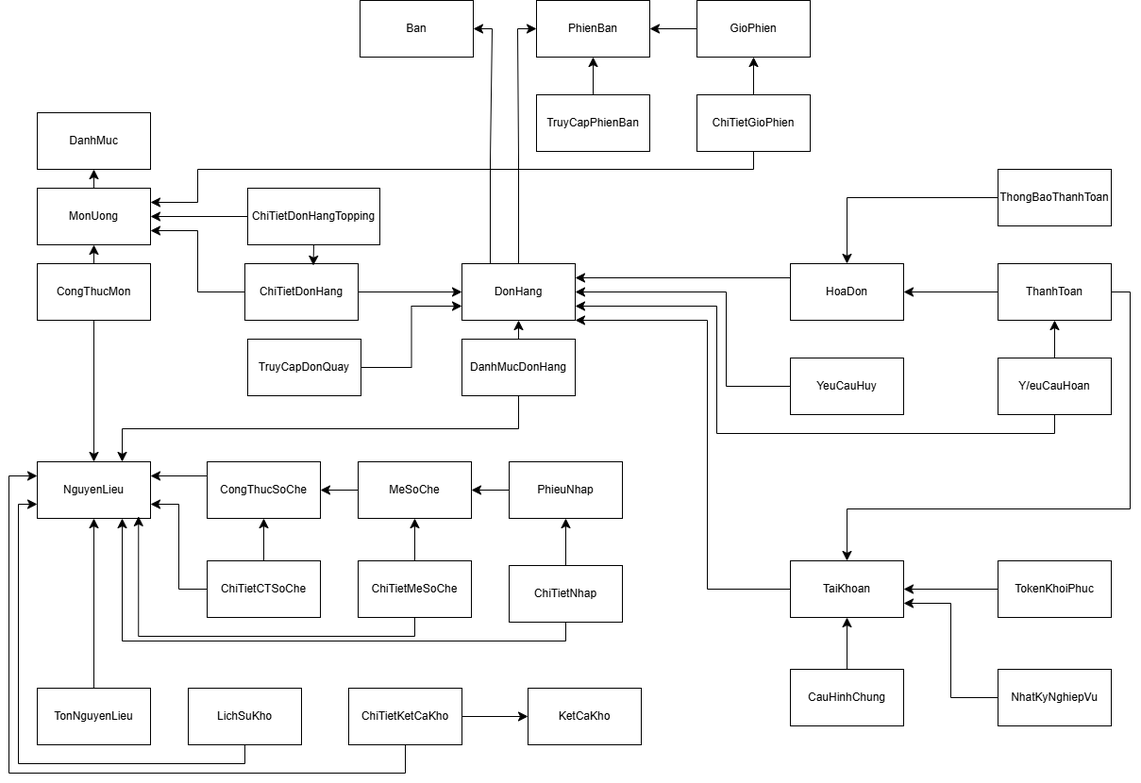
This is BaoCao/SoDoLogic_final.drawio.png from khoalkopwk-ship-it/MilkTea_management_system, a draw.io export, as it was before one commit. Source tidied: cells renumbered, new cells last; positions are measured from the earlier drawing's top-left corner, leaving out a move shared by most shapes.
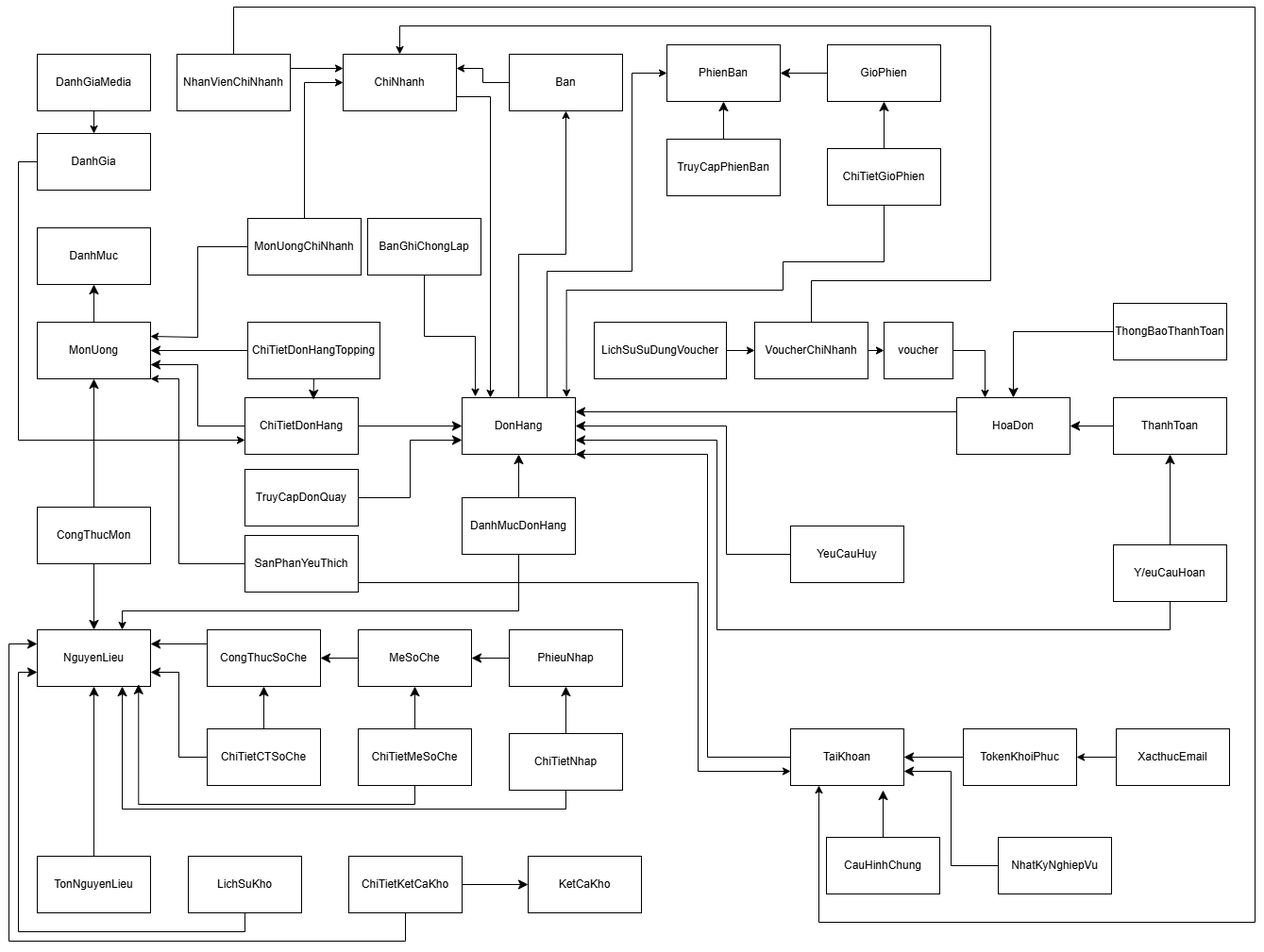
After the commit.

What changed in the source:
```diff
@@ -5,3 +5,3 @@
     <mxCell id="2" value="DanhMuc" style="rounded=0;whiteSpace=wrap;html=1;" parent="1" vertex="1">
-      <mxGeometry x="30" y="119" width="120" height="60" as="geometry" />
+      <mxGeometry x="30" y="63" width="120" height="60" as="geometry" />
     </mxCell>
@@ -11,3 +11,3 @@
     <mxCell id="4" value="MonUong" style="rounded=0;whiteSpace=wrap;html=1;" parent="1" vertex="1">
-      <mxGeometry x="30" y="199" width="120" height="60" as="geometry" />
+      <mxGeometry x="30" y="163" width="120" height="60" as="geometry" />
     </mxCell>
@@ -20,3 +20,3 @@
     <mxCell id="7" value="CongThucMon" style="rounded=0;whiteSpace=wrap;html=1;" parent="1" vertex="1">
-      <mxGeometry x="30" y="279" width="120" height="60" as="geometry" />
+      <mxGeometry x="30" y="359" width="120" height="60" as="geometry" />
     </mxCell>
@@ -107,3 +107,3 @@
     <mxCell id="34" value="ChiTietDonHang" style="rounded=0;whiteSpace=wrap;html=1;" parent="1" vertex="1">
-      <mxGeometry x="250" y="279" width="120" height="60" as="geometry" />
+      <mxGeometry x="250" y="243" width="120" height="60" as="geometry" />
     </mxCell>
@@ -113,3 +113,3 @@
     <mxCell id="36" value="ChiTietDonHangTopping" style="rounded=0;whiteSpace=wrap;html=1;" parent="1" vertex="1">
-      <mxGeometry x="253" y="199" width="140" height="60" as="geometry" />
+      <mxGeometry x="253" y="163" width="140" height="60" as="geometry" />
     </mxCell>
@@ -118,10 +118,16 @@
     </mxCell>
-    <mxCell id="38" style="edgeStyle=orthogonalEdgeStyle;rounded=0;jettySize=auto;html=1;exitX=0.25;exitY=0;exitDx=0;exitDy=0;entryX=1;entryY=0.5;entryDx=0;entryDy=0;fontSize=12;startSize=8;endSize=8;" parent="1" edge="1" source="40" target="46">
-      <mxGeometry relative="1" as="geometry" />
+    <mxCell id="38" style="edgeStyle=orthogonalEdgeStyle;rounded=0;jettySize=auto;html=1;exitX=0.5;exitY=0;exitDx=0;exitDy=0;entryX=0.5;entryY=1;entryDx=0;entryDy=0;" parent="1" edge="1" source="40" target="46">
+      <mxGeometry x="0.06" relative="1" as="geometry" />
     </mxCell>
-    <mxCell id="39" style="edgeStyle=orthogonalEdgeStyle;rounded=0;jettySize=auto;html=1;exitX=0.5;exitY=0;exitDx=0;exitDy=0;entryX=0;entryY=0.5;entryDx=0;entryDy=0;fontSize=12;startSize=8;endSize=8;" parent="1" edge="1" source="40" target="47">
-      <mxGeometry relative="1" as="geometry" />
+    <mxCell id="39" style="edgeStyle=orthogonalEdgeStyle;rounded=0;jettySize=auto;html=1;exitX=0.75;exitY=0;exitDx=0;exitDy=0;entryX=0;entryY=0.5;entryDx=0;entryDy=0;" parent="1" edge="1" source="40" target="47">
+      <mxGeometry x="0.45" relative="1" as="geometry">
+        <Array as="points">
+          <mxPoint x="570" y="109" />
+          <mxPoint x="660" y="109" />
+          <mxPoint x="660" y="-101" />
+        </Array>
+      </mxGeometry>
     </mxCell>
     <mxCell id="40" value="DonHang" style="rounded=0;whiteSpace=wrap;html=1;" parent="1" vertex="1">
-      <mxGeometry x="480" y="279" width="120" height="60" as="geometry" />
+      <mxGeometry x="480" y="243" width="120" height="60" as="geometry" />
     </mxCell>
@@ -131,3 +137,3 @@
     <mxCell id="42" value="TruyCapDonQuay" style="rounded=0;whiteSpace=wrap;html=1;" parent="1" vertex="1">
-      <mxGeometry x="253" y="359" width="120" height="60" as="geometry" />
+      <mxGeometry x="250" y="319" width="120" height="60" as="geometry" />
     </mxCell>
@@ -136,13 +142,21 @@
     </mxCell>
-    <mxCell id="44" style="edgeStyle=orthogonalEdgeStyle;rounded=0;jettySize=auto;html=1;exitX=0.5;exitY=1;exitDx=0;exitDy=0;entryX=0.75;entryY=0;entryDx=0;entryDy=0;fontSize=12;startSize=8;endSize=8;" parent="1" edge="1" source="45" target="8">
-      <mxGeometry relative="1" as="geometry" />
+    <mxCell id="44" style="edgeStyle=orthogonalEdgeStyle;rounded=0;jettySize=auto;html=1;exitX=0.5;exitY=1;exitDx=0;exitDy=0;entryX=0.75;entryY=0;entryDx=0;entryDy=0;" parent="1" edge="1" source="45" target="8">
+      <mxGeometry relative="1" as="geometry">
+        <Array as="points">
+          <mxPoint x="540" y="469" />
+          <mxPoint x="120" y="469" />
+        </Array>
+      </mxGeometry>
     </mxCell>
     <mxCell id="45" value="DanhMucDonHang" style="rounded=0;whiteSpace=wrap;html=1;" parent="1" vertex="1">
-      <mxGeometry x="480" y="359" width="120" height="60" as="geometry" />
+      <mxGeometry x="480" y="349" width="120" height="60" as="geometry" />
     </mxCell>
+    <mxCell id="75" style="rounded=0;jettySize=auto;html=1;exitX=0;exitY=0.5;exitDx=0;exitDy=0;entryX=1;entryY=0.25;entryDx=0;entryDy=0;edgeStyle=orthogonalEdgeStyle;" parent="1" edge="1" source="46" target="79">
+      <mxGeometry relative="1" as="geometry" />
+    </mxCell>
     <mxCell id="46" value="Ban" style="rounded=0;whiteSpace=wrap;html=1;" parent="1" vertex="1">
-      <mxGeometry x="372" width="120" height="60" as="geometry" />
+      <mxGeometry x="530" y="-121" width="120" height="60" as="geometry" />
     </mxCell>
     <mxCell id="47" value="PhienBan" style="rounded=0;whiteSpace=wrap;html=1;" parent="1" vertex="1">
-      <mxGeometry x="559" width="120" height="60" as="geometry" />
+      <mxGeometry x="697" y="-131" width="120" height="60" as="geometry" />
     </mxCell>
@@ -152,3 +166,3 @@
     <mxCell id="49" value="GioPhien" style="rounded=0;whiteSpace=wrap;html=1;" parent="1" vertex="1">
-      <mxGeometry x="729" width="120" height="60" as="geometry" />
+      <mxGeometry x="867" y="-131" width="120" height="60" as="geometry" />
     </mxCell>
@@ -157,13 +171,14 @@
     </mxCell>
-    <mxCell id="51" style="edgeStyle=orthogonalEdgeStyle;rounded=0;jettySize=auto;html=1;exitX=0.5;exitY=1;exitDx=0;exitDy=0;entryX=1;entryY=0.25;entryDx=0;entryDy=0;fontSize=12;startSize=8;endSize=8;" parent="1" edge="1" source="52" target="4">
-      <mxGeometry relative="1" as="geometry">
-        <Array as="points">
-          <mxPoint x="789" y="179" />
-          <mxPoint x="200" y="179" />
-          <mxPoint x="200" y="214" />
-        </Array>
-      </mxGeometry>
-    </mxCell>
+    <mxCell id="76" style="edgeStyle=orthogonalEdgeStyle;rounded=0;jettySize=auto;html=1;exitX=0.5;exitY=1;exitDx=0;exitDy=0;entryX=0.922;entryY=-0.007;entryDx=0;entryDy=0;entryPerimeter=0;" parent="1" edge="1" source="52" target="40">
+      <mxGeometry x="0.08" relative="1" as="geometry">
+        <Array as="points">
+          <mxPoint x="927" y="99" />
+          <mxPoint x="820" y="99" />
+          <mxPoint x="820" y="129" />
+          <mxPoint x="590.6" y="129" />
+        </Array>
+      </mxGeometry>
+    </mxCell>
     <mxCell id="52" value="ChiTietGioPhien" style="rounded=0;whiteSpace=wrap;html=1;" parent="1" vertex="1">
-      <mxGeometry x="729" y="100" width="120" height="60" as="geometry" />
+      <mxGeometry x="867" y="-21" width="120" height="60" as="geometry" />
     </mxCell>
@@ -173,3 +188,3 @@
     <mxCell id="54" value="TruyCapPhienBan" style="rounded=0;whiteSpace=wrap;html=1;" parent="1" vertex="1">
-      <mxGeometry x="559" y="100" width="120" height="60" as="geometry" />
+      <mxGeometry x="697" y="-31" width="120" height="60" as="geometry" />
     </mxCell>
@@ -179,3 +194,3 @@
     <mxCell id="56" value="HoaDon" style="rounded=0;whiteSpace=wrap;html=1;" parent="1" vertex="1">
-      <mxGeometry x="828" y="279" width="120" height="60" as="geometry" />
+      <mxGeometry x="1004" y="243" width="120" height="60" as="geometry" />
     </mxCell>
@@ -185,3 +200,3 @@
           <mxPoint x="760" y="409" />
-          <mxPoint x="760" y="309" />
+          <mxPoint x="760" y="273" />
         </Array>
@@ -196,3 +211,3 @@
     <mxCell id="60" value="ThongBaoThanhToan" style="rounded=0;whiteSpace=wrap;html=1;" parent="1" vertex="1">
-      <mxGeometry x="1048" y="179" width="120" height="60" as="geometry" />
+      <mxGeometry x="1170" y="143" width="120" height="60" as="geometry" />
     </mxCell>
@@ -201,13 +216,4 @@
     </mxCell>
-    <mxCell id="62" style="edgeStyle=orthogonalEdgeStyle;rounded=0;jettySize=auto;html=1;exitX=1;exitY=0.5;exitDx=0;exitDy=0;entryX=0.5;entryY=0;entryDx=0;entryDy=0;fontSize=12;startSize=8;endSize=8;" parent="1" edge="1" source="63" target="68">
-      <mxGeometry relative="1" as="geometry">
-        <Array as="points">
-          <mxPoint x="1188" y="309" />
-          <mxPoint x="1188" y="539" />
-          <mxPoint x="888" y="539" />
-        </Array>
-      </mxGeometry>
-    </mxCell>
     <mxCell id="63" value="ThanhToan" style="rounded=0;whiteSpace=wrap;html=1;" parent="1" vertex="1">
-      <mxGeometry x="1048" y="279" width="120" height="60" as="geometry" />
+      <mxGeometry x="1170" y="243" width="120" height="60" as="geometry" />
     </mxCell>
@@ -219,5 +225,5 @@
         <Array as="points">
-          <mxPoint x="1108" y="459" />
-          <mxPoint x="750" y="459" />
-          <mxPoint x="750" y="324" />
+          <mxPoint x="1230" y="489" />
+          <mxPoint x="750" y="489" />
+          <mxPoint x="750" y="288" />
         </Array>
@@ -226,3 +232,3 @@
     <mxCell id="66" value="Y/euCauHoan" style="rounded=0;whiteSpace=wrap;html=1;" parent="1" vertex="1">
-      <mxGeometry x="1048" y="379" width="120" height="60" as="geometry" />
+      <mxGeometry x="1170" y="399" width="120" height="60" as="geometry" />
     </mxCell>
@@ -232,3 +238,3 @@
           <mxPoint x="740" y="624" />
-          <mxPoint x="740" y="339" />
+          <mxPoint x="740" y="303" />
         </Array>
@@ -243,9 +249,11 @@
     <mxCell id="70" value="TokenKhoiPhuc" style="rounded=0;whiteSpace=wrap;html=1;" parent="1" vertex="1">
-      <mxGeometry x="1048" y="594" width="120" height="60" as="geometry" />
+      <mxGeometry x="1011" y="594" width="120" height="60" as="geometry" />
     </mxCell>
-    <mxCell id="71" style="edgeStyle=none;curved=1;rounded=0;jettySize=auto;html=1;exitX=0.5;exitY=0;exitDx=0;exitDy=0;entryX=0.5;entryY=1;entryDx=0;entryDy=0;fontSize=12;startSize=8;endSize=8;" parent="1" edge="1" source="72" target="68">
-      <mxGeometry relative="1" as="geometry" />
+    <mxCell id="71" style="edgeStyle=none;curved=1;rounded=0;jettySize=auto;html=1;exitX=0.5;exitY=0;exitDx=0;exitDy=0;fontSize=12;startSize=8;endSize=8;" parent="1" edge="1" source="72">
+      <mxGeometry relative="1" as="geometry">
+        <mxPoint x="926" y="659" as="targetPoint" />
+      </mxGeometry>
     </mxCell>
     <mxCell id="72" value="CauHinhChung" style="rounded=0;whiteSpace=wrap;html=1;" parent="1" vertex="1">
-      <mxGeometry x="828" y="709" width="120" height="60" as="geometry" />
+      <mxGeometry x="866" y="709" width="120" height="60" as="geometry" />
     </mxCell>
@@ -257,2 +265,110 @@
     </mxCell>
+    <mxCell id="77" style="edgeStyle=orthogonalEdgeStyle;rounded=0;jettySize=auto;html=1;exitX=0;exitY=0.5;exitDx=0;exitDy=0;entryX=0.5;entryY=0;entryDx=0;entryDy=0;startArrow=classic;startFill=1;endArrow=none;endFill=0;" parent="1" edge="1" source="79" target="100">
+      <mxGeometry relative="1" as="geometry" />
+    </mxCell>
+    <mxCell id="78" style="edgeStyle=orthogonalEdgeStyle;rounded=0;jettySize=auto;html=1;exitX=1;exitY=0.75;exitDx=0;exitDy=0;entryX=0.25;entryY=0;entryDx=0;entryDy=0;" parent="1" edge="1" source="79" target="40">
+      <mxGeometry relative="1" as="geometry" />
+    </mxCell>
+    <mxCell id="79" value="ChiNhanh" style="rounded=0;whiteSpace=wrap;html=1;" parent="1" vertex="1">
+      <mxGeometry x="354" y="-121" width="120" height="60" as="geometry" />
+    </mxCell>
+    <mxCell id="80" style="edgeStyle=orthogonalEdgeStyle;rounded=0;jettySize=auto;html=1;exitX=1;exitY=0.25;exitDx=0;exitDy=0;entryX=0;entryY=0.25;entryDx=0;entryDy=0;" parent="1" edge="1" source="82" target="79">
+      <mxGeometry relative="1" as="geometry" />
+    </mxCell>
+    <mxCell id="81" style="edgeStyle=orthogonalEdgeStyle;rounded=0;jettySize=auto;html=1;exitX=0.5;exitY=0;exitDx=0;exitDy=0;entryX=0.25;entryY=1;entryDx=0;entryDy=0;" parent="1" edge="1" source="82" target="68">
+      <mxGeometry x="-0.13" relative="1" as="geometry">
+        <Array as="points">
+          <mxPoint x="238" y="-171" />
+          <mxPoint x="1320" y="-171" />
+          <mxPoint x="1320" y="799" />
+          <mxPoint x="858" y="799" />
+        </Array>
+      </mxGeometry>
+    </mxCell>
+    <mxCell id="82" value="NhanVienChiNhanh" style="rounded=0;whiteSpace=wrap;html=1;" parent="1" vertex="1">
+      <mxGeometry x="178" y="-121" width="120" height="60" as="geometry" />
+    </mxCell>
+    <mxCell id="83" value="BanGhiChongLap" style="rounded=0;whiteSpace=wrap;html=1;" parent="1" vertex="1">
+      <mxGeometry x="380" y="53" width="120" height="60" as="geometry" />
+    </mxCell>
+    <mxCell id="84" style="edgeStyle=orthogonalEdgeStyle;rounded=0;jettySize=auto;html=1;exitX=1;exitY=0.5;exitDx=0;exitDy=0;entryX=0.25;entryY=0;entryDx=0;entryDy=0;" parent="1" edge="1" source="85" target="56">
+      <mxGeometry relative="1" as="geometry" />
+    </mxCell>
+    <mxCell id="85" value="voucher" style="rounded=0;whiteSpace=wrap;html=1;" parent="1" vertex="1">
+      <mxGeometry x="927" y="163" width="73" height="60" as="geometry" />
+    </mxCell>
+    <mxCell id="86" style="edgeStyle=orthogonalEdgeStyle;rounded=0;jettySize=auto;html=1;exitX=1;exitY=0.5;exitDx=0;exitDy=0;entryX=0;entryY=0.5;entryDx=0;entryDy=0;" parent="1" edge="1" source="88" target="85">
+      <mxGeometry relative="1" as="geometry" />
+    </mxCell>
+    <mxCell id="87" style="edgeStyle=orthogonalEdgeStyle;rounded=0;jettySize=auto;html=1;exitX=0.5;exitY=0;exitDx=0;exitDy=0;entryX=0.5;entryY=0;entryDx=0;entryDy=0;" parent="1" edge="1" source="88" target="79">
+      <mxGeometry x="0.35" relative="1" as="geometry">
+        <Array as="points">
+          <mxPoint x="850" y="119" />
+          <mxPoint x="1040" y="119" />
+          <mxPoint x="1040" y="-151" />
+          <mxPoint x="414" y="-151" />
+        </Array>
+      </mxGeometry>
+    </mxCell>
+    <mxCell id="88" value="VoucherChiNhanh" style="rounded=0;whiteSpace=wrap;html=1;" parent="1" vertex="1">
+      <mxGeometry x="790" y="163" width="120" height="60" as="geometry" />
+    </mxCell>
+    <mxCell id="89" style="edgeStyle=orthogonalEdgeStyle;rounded=0;jettySize=auto;html=1;exitX=1;exitY=0.5;exitDx=0;exitDy=0;entryX=0;entryY=0.5;entryDx=0;entryDy=0;" parent="1" edge="1" source="90" target="88">
+      <mxGeometry relative="1" as="geometry" />
+    </mxCell>
+    <mxCell id="90" value="LichSuSuDungVoucher" style="rounded=0;whiteSpace=wrap;html=1;" parent="1" vertex="1">
+      <mxGeometry x="620" y="163" width="140" height="60" as="geometry" />
+    </mxCell>
+    <mxCell id="91" style="edgeStyle=orthogonalEdgeStyle;rounded=0;jettySize=auto;html=1;exitX=0;exitY=0.5;exitDx=0;exitDy=0;entryX=1;entryY=1;entryDx=0;entryDy=0;" parent="1" edge="1" source="102" target="4">
+      <mxGeometry x="0.01" relative="1" as="geometry">
+        <Array as="points">
+          <mxPoint x="180" y="419" />
+          <mxPoint x="180" y="223" />
+        </Array>
+      </mxGeometry>
+    </mxCell>
+    <mxCell id="92" style="edgeStyle=orthogonalEdgeStyle;rounded=0;jettySize=auto;html=1;exitX=1;exitY=0.5;exitDx=0;exitDy=0;entryX=0;entryY=0.75;entryDx=0;entryDy=0;" parent="1" edge="1" source="102" target="68">
+      <mxGeometry relative="1" as="geometry">
+        <Array as="points">
+          <mxPoint x="370" y="439" />
+          <mxPoint x="730" y="439" />
+          <mxPoint x="730" y="639" />
+        </Array>
+      </mxGeometry>
+    </mxCell>
+    <mxCell id="93" style="edgeStyle=orthogonalEdgeStyle;rounded=0;jettySize=auto;html=1;exitX=0;exitY=0.5;exitDx=0;exitDy=0;entryX=1;entryY=0.5;entryDx=0;entryDy=0;" parent="1" edge="1" source="94" target="70">
+      <mxGeometry relative="1" as="geometry" />
+    </mxCell>
+    <mxCell id="94" value="XacthucEmail" style="rounded=0;whiteSpace=wrap;html=1;" parent="1" vertex="1">
+      <mxGeometry x="1173" y="594" width="120" height="60" as="geometry" />
+    </mxCell>
+    <mxCell id="95" style="edgeStyle=orthogonalEdgeStyle;rounded=0;jettySize=auto;html=1;exitX=0.5;exitY=1;exitDx=0;exitDy=0;entryX=0.5;entryY=0;entryDx=0;entryDy=0;" parent="1" edge="1" source="96" target="98">
+      <mxGeometry relative="1" as="geometry" />
+    </mxCell>
+    <mxCell id="96" value="DanhGiaMedia" style="rounded=0;whiteSpace=wrap;html=1;" parent="1" vertex="1">
+      <mxGeometry x="30" y="-121" width="120" height="60" as="geometry" />
+    </mxCell>
+    <mxCell id="97" style="edgeStyle=orthogonalEdgeStyle;rounded=0;jettySize=auto;html=1;exitX=0;exitY=0.5;exitDx=0;exitDy=0;entryX=0;entryY=0.75;entryDx=0;entryDy=0;" parent="1" edge="1" source="98" target="34">
+      <mxGeometry relative="1" as="geometry" />
+    </mxCell>
+    <mxCell id="98" value="DanhGia" style="rounded=0;whiteSpace=wrap;html=1;" parent="1" vertex="1">
+      <mxGeometry x="30" y="-37" width="120" height="60" as="geometry" />
+    </mxCell>
+    <mxCell id="99" style="edgeStyle=orthogonalEdgeStyle;rounded=0;jettySize=auto;html=1;exitX=0;exitY=0.5;exitDx=0;exitDy=0;entryX=1;entryY=0.25;entryDx=0;entryDy=0;" parent="1" edge="1" source="100" target="4">
+      <mxGeometry x="-0.08" relative="1" as="geometry">
+        <Array as="points">
+          <mxPoint x="200" y="83" />
+          <mxPoint x="200" y="179" />
+        </Array>
+      </mxGeometry>
+    </mxCell>
+    <mxCell id="100" value="MonUongChiNhanh" style="rounded=0;whiteSpace=wrap;html=1;" parent="1" vertex="1">
+      <mxGeometry x="253" y="53" width="120" height="60" as="geometry" />
+    </mxCell>
+    <mxCell id="101" style="edgeStyle=orthogonalEdgeStyle;rounded=0;jettySize=auto;html=1;exitX=0.5;exitY=1;exitDx=0;exitDy=0;entryX=0.117;entryY=-0.021;entryDx=0;entryDy=0;entryPerimeter=0;" parent="1" edge="1" source="83" target="40">
+      <mxGeometry relative="1" as="geometry" />
+    </mxCell>
+    <mxCell id="102" value="SanPhanYeuThich" style="rounded=0;whiteSpace=wrap;html=1;" parent="1" vertex="1">
+      <mxGeometry x="250" y="389" width="120" height="60" as="geometry" />
+    </mxCell>
   </root>
```
